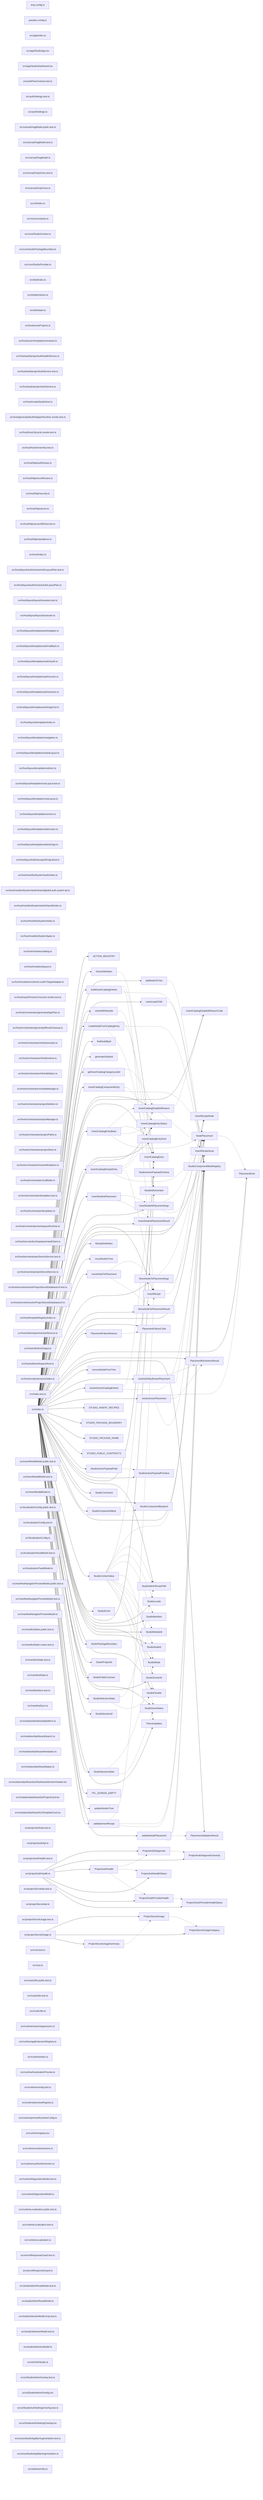
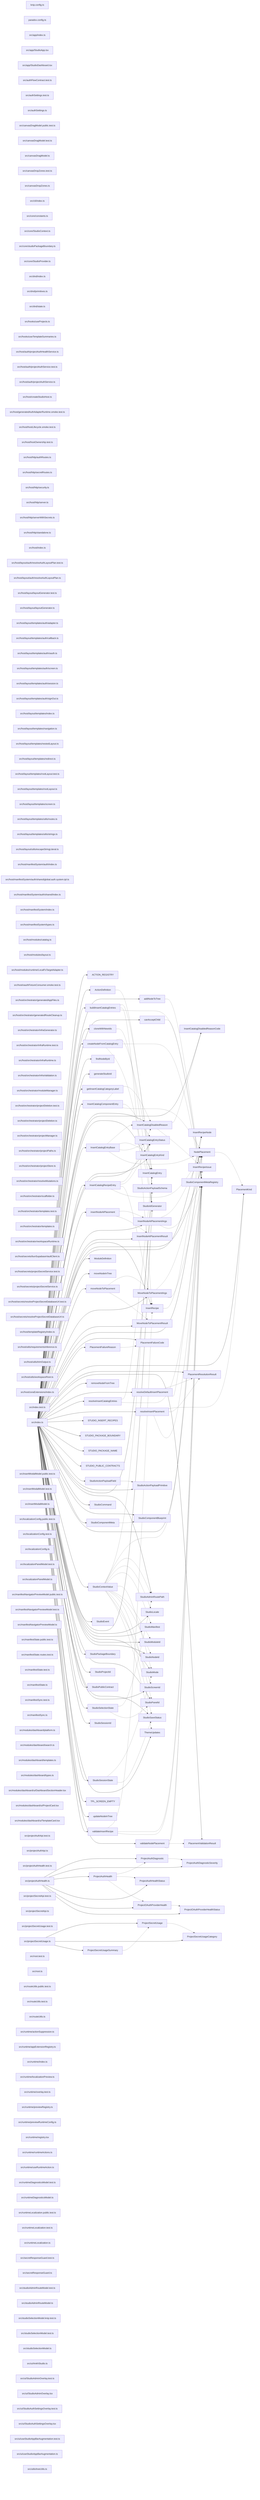
graph LR
  module_knip_config_ts["knip.config.ts"]
  module_paradox_config_ts["paradox.config.ts"]
  module_src_app_index_ts["src/app/index.ts"]
  module_src_app_StudioApp_tsx["src/app/StudioApp.tsx"]
  module_src_app_StudioDashboard_tsx["src/app/StudioDashboard.tsx"]
  module_src_authFlowContract_test_ts["src/authFlowContract.test.ts"]
  module_src_authSettings_test_ts["src/authSettings.test.ts"]
  module_src_authSettings_ts["src/authSettings.ts"]
  module_src_canvasDragModel_public_test_ts["src/canvasDragModel.public.test.ts"]
  module_src_canvasDragModel_test_ts["src/canvasDragModel.test.ts"]
  module_src_canvasDragModel_ts["src/canvasDragModel.ts"]
  module_src_canvasDropZones_test_ts["src/canvasDropZones.test.ts"]
  module_src_canvasDropZones_ts["src/canvasDropZones.ts"]
  module_src_cli_index_ts["src/cli/index.ts"]
  module_src_core_constants_ts["src/core/constants.ts"]
  module_src_core_StudioContext_ts["src/core/StudioContext.ts"]
  module_src_core_studioPackageBoundary_ts["src/core/studioPackageBoundary.ts"]
  module_src_core_StudioProvider_ts["src/core/StudioProvider.ts"]
  module_src_dnd_index_ts["src/dnd/index.ts"]
  module_src_dnd_primitives_ts["src/dnd/primitives.ts"]
  module_src_dnd_state_ts["src/dnd/state.ts"]
  module_src_hooks_useProjects_ts["src/hooks/useProjects.ts"]
  module_src_hooks_useTemplateSummaries_ts["src/hooks/useTemplateSummaries.ts"]
  module_src_host_auth_projectAuthHealthService_ts["src/host/auth/projectAuthHealthService.ts"]
  module_src_host_auth_projectAuthService_test_ts["src/host/auth/projectAuthService.test.ts"]
  module_src_host_auth_projectAuthService_ts["src/host/auth/projectAuthService.ts"]
  module_src_host_createStudioHost_ts["src/host/createStudioHost.ts"]
  module_src_host_generatedAuthAdapterRuntime_smoke_test_ts["src/host/generatedAuthAdapterRuntime.smoke.test.ts"]
  module_src_host_hostLifecycle_smoke_test_ts["src/host/hostLifecycle.smoke.test.ts"]
  module_src_host_hostOwnership_test_ts["src/host/hostOwnership.test.ts"]
  module_src_host_http_authRoutes_ts["src/host/http/authRoutes.ts"]
  module_src_host_http_secretRoutes_ts["src/host/http/secretRoutes.ts"]
  module_src_host_http_security_ts["src/host/http/security.ts"]
  module_src_host_http_server_ts["src/host/http/server.ts"]
  module_src_host_http_serverWithSecrets_ts["src/host/http/serverWithSecrets.ts"]
  module_src_host_http_standalone_ts["src/host/http/standalone.ts"]
  module_src_host_index_ts["src/host/index.ts"]
  module_src_host_layout_auth_resolveAuthLayoutPlan_test_ts["src/host/layout/auth/resolveAuthLayoutPlan.test.ts"]
  module_src_host_layout_auth_resolveAuthLayoutPlan_ts["src/host/layout/auth/resolveAuthLayoutPlan.ts"]
  module_src_host_layout_layoutGenerator_test_ts["src/host/layout/layoutGenerator.test.ts"]
  module_src_host_layout_layoutGenerator_ts["src/host/layout/layoutGenerator.ts"]
  module_src_host_layout_templates_auth_adapter_ts["src/host/layout/templates/auth/adapter.ts"]
  module_src_host_layout_templates_auth_callback_ts["src/host/layout/templates/auth/callback.ts"]
  module_src_host_layout_templates_auth_oauth_ts["src/host/layout/templates/auth/oauth.ts"]
  module_src_host_layout_templates_auth_screen_ts["src/host/layout/templates/auth/screen.ts"]
  module_src_host_layout_templates_auth_session_ts["src/host/layout/templates/auth/session.ts"]
  module_src_host_layout_templates_auth_signOut_ts["src/host/layout/templates/auth/signOut.ts"]
  module_src_host_layout_templates_index_ts["src/host/layout/templates/index.ts"]
  module_src_host_layout_templates_navigation_ts["src/host/layout/templates/navigation.ts"]
  module_src_host_layout_templates_nestedLayout_ts["src/host/layout/templates/nestedLayout.ts"]
  module_src_host_layout_templates_redirect_ts["src/host/layout/templates/redirect.ts"]
  module_src_host_layout_templates_rootLayout_test_ts["src/host/layout/templates/rootLayout.test.ts"]
  module_src_host_layout_templates_rootLayout_ts["src/host/layout/templates/rootLayout.ts"]
  module_src_host_layout_templates_screen_ts["src/host/layout/templates/screen.ts"]
  module_src_host_layout_templates_utils_routes_ts["src/host/layout/templates/utils/routes.ts"]
  module_src_host_layout_templates_utils_strings_ts["src/host/layout/templates/utils/strings.ts"]
  module_src_host_layout_utils_escapeStringLiteral_ts["src/host/layout/utils/escapeStringLiteral.ts"]
  module_src_host_manifestSystem_auth_index_ts["src/host/manifestSystem/auth/index.ts"]
  module_src_host_manifestSystem_auth_shared_global_auth_system_tpl_ts["src/host/manifestSystem/auth/shared/global.auth.system.tpl.ts"]
  module_src_host_manifestSystem_auth_shared_index_ts["src/host/manifestSystem/auth/shared/index.ts"]
  module_src_host_manifestSystem_index_ts["src/host/manifestSystem/index.ts"]
  module_src_host_manifestSystem_types_ts["src/host/manifestSystem/types.ts"]
  module_src_host_modules_catalog_ts["src/host/modules/catalog.ts"]
  module_src_host_modules_layout_ts["src/host/modules/layout.ts"]
  module_src_host_modules_runtime_LocalFsTargetAdapter_ts["src/host/modules/runtime/LocalFsTargetAdapter.ts"]
  module_src_host_oauthFixtureConsumer_smoke_test_ts["src/host/oauthFixtureConsumer.smoke.test.ts"]
  module_src_host_orchestrator_generatedAppFiles_ts["src/host/orchestrator/generatedAppFiles.ts"]
  module_src_host_orchestrator_generatedRouteCleanup_ts["src/host/orchestrator/generatedRouteCleanup.ts"]
  module_src_host_orchestrator_infraGenerator_ts["src/host/orchestrator/infraGenerator.ts"]
+   module_src_host_orchestrator_infraRuntime_test_ts["src/host/orchestrator/infraRuntime.test.ts"]
  module_src_host_orchestrator_infraRuntime_ts["src/host/orchestrator/infraRuntime.ts"]
  module_src_host_orchestrator_infraValidation_ts["src/host/orchestrator/infraValidation.ts"]
  module_src_host_orchestrator_moduleManager_ts["src/host/orchestrator/moduleManager.ts"]
+   module_src_host_orchestrator_projectDeletion_test_ts["src/host/orchestrator/projectDeletion.test.ts"]
  module_src_host_orchestrator_projectDeletion_ts["src/host/orchestrator/projectDeletion.ts"]
  module_src_host_orchestrator_projectManager_ts["src/host/orchestrator/projectManager.ts"]
  module_src_host_orchestrator_projectPaths_ts["src/host/orchestrator/projectPaths.ts"]
  module_src_host_orchestrator_projectStore_ts["src/host/orchestrator/projectStore.ts"]
  module_src_host_orchestrator_resolveMutations_ts["src/host/orchestrator/resolveMutations.ts"]
  module_src_host_orchestrator_scaffolder_ts["src/host/orchestrator/scaffolder.ts"]
  module_src_host_orchestrator_templates_test_ts["src/host/orchestrator/templates.test.ts"]
  module_src_host_orchestrator_templates_ts["src/host/orchestrator/templates.ts"]
  module_src_host_orchestrator_workspaceRuntime_ts["src/host/orchestrator/workspaceRuntime.ts"]
  module_src_host_secrets_bunSupabaseVaultClient_ts["src/host/secrets/bunSupabaseVaultClient.ts"]
  module_src_host_secrets_projectSecretService_test_ts["src/host/secrets/projectSecretService.test.ts"]
  module_src_host_secrets_projectSecretService_ts["src/host/secrets/projectSecretService.ts"]
  module_src_host_secrets_resolveProjectSecretDatabaseUrl_test_ts["src/host/secrets/resolveProjectSecretDatabaseUrl.test.ts"]
  module_src_host_secrets_resolveProjectSecretDatabaseUrl_ts["src/host/secrets/resolveProjectSecretDatabaseUrl.ts"]
  module_src_host_templateRegistry_index_ts["src/host/templateRegistry/index.ts"]
  module_src_host_utils_requirementsInference_ts["src/host/utils/requirementsInference.ts"]
  module_src_host_utils_trimOutput_ts["src/host/utils/trimOutput.ts"]
  module_src_host_utils_workspaceRoot_ts["src/host/utils/workspaceRoot.ts"]
  module_src_host_zoraExtensions_index_ts["src/host/zoraExtensions/index.ts"]
  module_src_index_test_ts["src/index.test.ts"]
  module_src_index_ts["src/index.ts"]
  module_src_insertModalModel_public_test_ts["src/insertModalModel.public.test.ts"]
  module_src_insertModalModel_test_ts["src/insertModalModel.test.ts"]
  module_src_insertModalModel_ts["src/insertModalModel.ts"]
  module_src_localizationConfig_public_test_ts["src/localizationConfig.public.test.ts"]
  module_src_localizationConfig_test_ts["src/localizationConfig.test.ts"]
  module_src_localizationConfig_ts["src/localizationConfig.ts"]
  module_src_localizationPanelModel_test_ts["src/localizationPanelModel.test.ts"]
  module_src_localizationPanelModel_ts["src/localizationPanelModel.ts"]
  module_src_manifestNavigatorPreviewModel_public_test_ts["src/manifestNavigatorPreviewModel.public.test.ts"]
  module_src_manifestNavigatorPreviewModel_test_ts["src/manifestNavigatorPreviewModel.test.ts"]
  module_src_manifestNavigatorPreviewModel_ts["src/manifestNavigatorPreviewModel.ts"]
  module_src_manifestState_public_test_ts["src/manifestState.public.test.ts"]
  module_src_manifestState_routes_test_ts["src/manifestState.routes.test.ts"]
  module_src_manifestState_test_ts["src/manifestState.test.ts"]
  module_src_manifestState_ts["src/manifestState.ts"]
  module_src_manifestSync_test_ts["src/manifestSync.test.ts"]
  module_src_manifestSync_ts["src/manifestSync.ts"]
  module_src_modules_dashboard_platform_ts["src/modules/dashboard/platform.ts"]
  module_src_modules_dashboard_search_ts["src/modules/dashboard/search.ts"]
  module_src_modules_dashboard_templates_ts["src/modules/dashboard/templates.ts"]
  module_src_modules_dashboard_types_ts["src/modules/dashboard/types.ts"]
  module_src_modules_dashboard_ui_DashboardSectionHeader_tsx["src/modules/dashboard/ui/DashboardSectionHeader.tsx"]
  module_src_modules_dashboard_ui_ProjectCard_tsx["src/modules/dashboard/ui/ProjectCard.tsx"]
  module_src_modules_dashboard_ui_TemplateCard_tsx["src/modules/dashboard/ui/TemplateCard.tsx"]
  module_src_projectAuthApi_test_ts["src/projectAuthApi.test.ts"]
  module_src_projectAuthApi_ts["src/projectAuthApi.ts"]
  module_src_projectAuthHealth_test_ts["src/projectAuthHealth.test.ts"]
  module_src_projectAuthHealth_ts["src/projectAuthHealth.ts"]
  module_src_projectSecretApi_test_ts["src/projectSecretApi.test.ts"]
  module_src_projectSecretApi_ts["src/projectSecretApi.ts"]
  module_src_projectSecretUsage_test_ts["src/projectSecretUsage.test.ts"]
  module_src_projectSecretUsage_ts["src/projectSecretUsage.ts"]
  module_src_root_test_ts["src/root.test.ts"]
  module_src_root_ts["src/root.ts"]
  module_src_routeUtils_public_test_ts["src/routeUtils.public.test.ts"]
  module_src_routeUtils_test_ts["src/routeUtils.test.ts"]
  module_src_routeUtils_ts["src/routeUtils.ts"]
  module_src_runtime_actionSuppression_ts["src/runtime/actionSuppression.ts"]
  module_src_runtime_appExtensionRegistry_ts["src/runtime/appExtensionRegistry.ts"]
  module_src_runtime_index_ts["src/runtime/index.ts"]
  module_src_runtime_localizationPreview_ts["src/runtime/localizationPreview.ts"]
  module_src_runtime_overlay_test_ts["src/runtime/overlay.test.ts"]
  module_src_runtime_previewRegistry_ts["src/runtime/previewRegistry.ts"]
  module_src_runtime_previewRuntimeConfig_ts["src/runtime/previewRuntimeConfig.ts"]
  module_src_runtime_registry_tsx["src/runtime/registry.tsx"]
  module_src_runtime_runtimeActions_ts["src/runtime/runtimeActions.ts"]
  module_src_runtime_useRuntimeAction_ts["src/runtime/useRuntimeAction.ts"]
  module_src_runtimeDiagnosticsModel_test_ts["src/runtimeDiagnosticsModel.test.ts"]
  module_src_runtimeDiagnosticsModel_ts["src/runtimeDiagnosticsModel.ts"]
  module_src_runtimeLocalization_public_test_ts["src/runtimeLocalization.public.test.ts"]
  module_src_runtimeLocalization_test_ts["src/runtimeLocalization.test.ts"]
  module_src_runtimeLocalization_ts["src/runtimeLocalization.ts"]
  module_src_secretResponseGuard_test_ts["src/secretResponseGuard.test.ts"]
  module_src_secretResponseGuard_ts["src/secretResponseGuard.ts"]
  module_src_studioAdminRouteModel_test_ts["src/studioAdminRouteModel.test.ts"]
  module_src_studioAdminRouteModel_ts["src/studioAdminRouteModel.ts"]
  module_src_studioSelectionModel_knip_test_ts["src/studioSelectionModel.knip.test.ts"]
  module_src_studioSelectionModel_test_ts["src/studioSelectionModel.test.ts"]
  module_src_studioSelectionModel_ts["src/studioSelectionModel.ts"]
  module_src_ui_AnkhStudio_ts["src/ui/AnkhStudio.ts"]
  module_src_ui_StudioAdminOverlay_test_ts["src/ui/StudioAdminOverlay.test.ts"]
  module_src_ui_StudioAdminOverlay_tsx["src/ui/StudioAdminOverlay.tsx"]
  module_src_ui_StudioAuthSettingsOverlay_test_ts["src/ui/StudioAuthSettingsOverlay.test.ts"]
  module_src_ui_StudioAuthSettingsOverlay_tsx["src/ui/StudioAuthSettingsOverlay.tsx"]
  module_src_ui_useStudioAppBarAugmentation_test_ts["src/ui/useStudioAppBarAugmentation.test.ts"]
  module_src_ui_useStudioAppBarAugmentation_ts["src/ui/useStudioAppBarAugmentation.ts"]
  module_src_utils_treeUtils_ts["src/utils/treeUtils.ts"]
  export_ACTION_REGISTRY["ACTION_REGISTRY"]
  module_src_index_ts --> export_ACTION_REGISTRY
  export_ActionDefinition["ActionDefinition"]
  module_src_index_ts --> export_ActionDefinition
  export_ActionDefinition -.-> export_StudioActionPayloadSchema
  export_addNodeToTree["addNodeToTree"]
  module_src_index_ts --> export_addNodeToTree
  export_addNodeToTree -.-> export_StudioComponentMetaRegistry
  export_buildInsertCatalogEntries["buildInsertCatalogEntries"]
  module_src_index_ts --> export_buildInsertCatalogEntries
  export_buildInsertCatalogEntries -.-> export_InsertCatalogEntry
  export_buildInsertCatalogEntries -.-> export_InsertRecipe
  export_buildInsertCatalogEntries -.-> export_StudioComponentMetaRegistry
  export_canAcceptChild["canAcceptChild"]
  module_src_index_ts --> export_canAcceptChild
  export_canAcceptChild -.-> export_StudioComponentMetaRegistry
  export_cloneWithNewIds["cloneWithNewIds"]
  module_src_index_ts --> export_cloneWithNewIds
  export_cloneWithNewIds -.-> export_StudioIdGenerator
  export_createNodeFromCatalogEntry["createNodeFromCatalogEntry"]
  module_src_index_ts --> export_createNodeFromCatalogEntry
  export_createNodeFromCatalogEntry -.-> export_InsertCatalogEntry
  export_createNodeFromCatalogEntry -.-> export_StudioComponentMetaRegistry
  export_createNodeFromCatalogEntry -.-> export_StudioIdGenerator
  export_findNodeById["findNodeById"]
  module_src_index_ts --> export_findNodeById
  export_generateStudioId["generateStudioId"]
  module_src_index_ts --> export_generateStudioId
  export_getInsertCatalogCategoryLabel["getInsertCatalogCategoryLabel"]
  module_src_index_ts --> export_getInsertCatalogCategoryLabel
  export_InsertCatalogComponentEntry["InsertCatalogComponentEntry"]
  module_src_index_ts --> export_InsertCatalogComponentEntry
  export_InsertCatalogComponentEntry -.-> export_InsertCatalogDisabledReason
  export_InsertCatalogComponentEntry -.-> export_InsertCatalogEntryStatus
  export_InsertCatalogComponentEntry -.-> export_NodePlacement
  export_InsertCatalogDisabledReason["InsertCatalogDisabledReason"]
  module_src_index_ts --> export_InsertCatalogDisabledReason
  export_InsertCatalogDisabledReason -.-> export_InsertCatalogDisabledReasonCode
  export_InsertCatalogDisabledReason -.-> export_InsertRecipeIssue
  export_InsertCatalogDisabledReasonCode["InsertCatalogDisabledReasonCode"]
  module_src_index_ts --> export_InsertCatalogDisabledReasonCode
  export_InsertCatalogEntry["InsertCatalogEntry"]
  module_src_index_ts --> export_InsertCatalogEntry
  export_InsertCatalogEntryBase["InsertCatalogEntryBase"]
  module_src_index_ts --> export_InsertCatalogEntryBase
  export_InsertCatalogEntryBase -.-> export_InsertCatalogDisabledReason
  export_InsertCatalogEntryBase -.-> export_InsertCatalogEntryKind
  export_InsertCatalogEntryBase -.-> export_InsertCatalogEntryStatus
  export_InsertCatalogEntryBase -.-> export_NodePlacement
  export_InsertCatalogEntryKind["InsertCatalogEntryKind"]
  module_src_index_ts --> export_InsertCatalogEntryKind
  export_InsertCatalogEntryStatus["InsertCatalogEntryStatus"]
  module_src_index_ts --> export_InsertCatalogEntryStatus
  export_InsertCatalogRecipeEntry["InsertCatalogRecipeEntry"]
  module_src_index_ts --> export_InsertCatalogRecipeEntry
  export_InsertCatalogRecipeEntry -.-> export_InsertCatalogDisabledReason
  export_InsertCatalogRecipeEntry -.-> export_InsertCatalogEntryStatus
  export_InsertCatalogRecipeEntry -.-> export_InsertRecipe
  export_InsertCatalogRecipeEntry -.-> export_NodePlacement
  export_insertNodeAtPlacement["insertNodeAtPlacement"]
  module_src_index_ts --> export_insertNodeAtPlacement
  export_insertNodeAtPlacement -.-> export_InsertNodeAtPlacementArgs
  export_insertNodeAtPlacement -.-> export_InsertNodeAtPlacementResult
  export_InsertNodeAtPlacementArgs["InsertNodeAtPlacementArgs"]
  module_src_index_ts --> export_InsertNodeAtPlacementArgs
  export_InsertNodeAtPlacementArgs -.-> export_NodePlacement
  export_InsertNodeAtPlacementArgs -.-> export_StudioComponentMetaRegistry
  export_InsertNodeAtPlacementResult["InsertNodeAtPlacementResult"]
  module_src_index_ts --> export_InsertNodeAtPlacementResult
  export_InsertRecipe["InsertRecipe"]
  module_src_index_ts --> export_InsertRecipe
  export_InsertRecipe -.-> export_InsertRecipeNode
  export_InsertRecipeIssue["InsertRecipeIssue"]
  module_src_index_ts --> export_InsertRecipeIssue
  export_InsertRecipeNode["InsertRecipeNode"]
  module_src_index_ts --> export_InsertRecipeNode
  export_ModuleDefinition["ModuleDefinition"]
  module_src_index_ts --> export_ModuleDefinition
  export_moveNodeInTree["moveNodeInTree"]
  module_src_index_ts --> export_moveNodeInTree
  export_moveNodeToPlacement["moveNodeToPlacement"]
  module_src_index_ts --> export_moveNodeToPlacement
  export_moveNodeToPlacement -.-> export_MoveNodeToPlacementArgs
  export_moveNodeToPlacement -.-> export_MoveNodeToPlacementResult
  export_MoveNodeToPlacementArgs["MoveNodeToPlacementArgs"]
  module_src_index_ts --> export_MoveNodeToPlacementArgs
  export_MoveNodeToPlacementArgs -.-> export_NodePlacement
  export_MoveNodeToPlacementArgs -.-> export_StudioComponentMetaRegistry
  export_MoveNodeToPlacementResult["MoveNodeToPlacementResult"]
  module_src_index_ts --> export_MoveNodeToPlacementResult
  export_NodePlacement["NodePlacement"]
  module_src_index_ts --> export_NodePlacement
  export_NodePlacement -.-> export_PlacementKind
  export_PlacementFailureCode["PlacementFailureCode"]
  module_src_index_ts --> export_PlacementFailureCode
  export_PlacementFailureReason["PlacementFailureReason"]
  module_src_index_ts --> export_PlacementFailureReason
  export_PlacementFailureReason -.-> export_PlacementFailureCode
  export_PlacementKind["PlacementKind"]
  module_src_index_ts --> export_PlacementKind
  export_PlacementResolutionResult["PlacementResolutionResult"]
  module_src_index_ts --> export_PlacementResolutionResult
  export_PlacementValidationResult["PlacementValidationResult"]
  module_src_index_ts --> export_PlacementValidationResult
  export_ProjectAuthDiagnostic["ProjectAuthDiagnostic"]
  module_src_projectAuthHealth_ts --> export_ProjectAuthDiagnostic
  export_ProjectAuthDiagnostic -.-> export_ProjectAuthDiagnosticSeverity
  export_ProjectAuthDiagnosticSeverity["ProjectAuthDiagnosticSeverity"]
  module_src_projectAuthHealth_ts --> export_ProjectAuthDiagnosticSeverity
  export_ProjectAuthHealth["ProjectAuthHealth"]
  module_src_projectAuthHealth_ts --> export_ProjectAuthHealth
  export_ProjectAuthHealth -.-> export_ProjectAuthDiagnostic
  export_ProjectAuthHealth -.-> export_ProjectAuthHealthStatus
  export_ProjectAuthHealth -.-> export_ProjectOAuthProviderHealth
  export_ProjectAuthHealthStatus["ProjectAuthHealthStatus"]
  module_src_projectAuthHealth_ts --> export_ProjectAuthHealthStatus
  export_ProjectOAuthProviderHealth["ProjectOAuthProviderHealth"]
  module_src_projectAuthHealth_ts --> export_ProjectOAuthProviderHealth
  export_ProjectOAuthProviderHealth -.-> export_ProjectOAuthProviderHealthStatus
  export_ProjectOAuthProviderHealthStatus["ProjectOAuthProviderHealthStatus"]
  module_src_projectAuthHealth_ts --> export_ProjectOAuthProviderHealthStatus
  export_ProjectSecretUsage["ProjectSecretUsage"]
  module_src_projectSecretUsage_ts --> export_ProjectSecretUsage
  export_ProjectSecretUsage -.-> export_ProjectSecretUsageCategory
  export_ProjectSecretUsageCategory["ProjectSecretUsageCategory"]
  module_src_projectSecretUsage_ts --> export_ProjectSecretUsageCategory
  export_ProjectSecretUsageSummary["ProjectSecretUsageSummary"]
  module_src_projectSecretUsage_ts --> export_ProjectSecretUsageSummary
  export_ProjectSecretUsageSummary -.-> export_ProjectSecretUsage
  export_removeNodeFromTree["removeNodeFromTree"]
  module_src_index_ts --> export_removeNodeFromTree
  export_resolveDefaultInsertPlacement["resolveDefaultInsertPlacement"]
  module_src_index_ts --> export_resolveDefaultInsertPlacement
  export_resolveDefaultInsertPlacement -.-> export_PlacementResolutionResult
  export_resolveDefaultInsertPlacement -.-> export_StudioComponentMetaRegistry
  export_resolveInsertCatalogEntries["resolveInsertCatalogEntries"]
  module_src_index_ts --> export_resolveInsertCatalogEntries
  export_resolveInsertCatalogEntries -.-> export_InsertCatalogEntry
  export_resolveInsertCatalogEntries -.-> export_StudioComponentMetaRegistry
  export_resolveInsertPlacement["resolveInsertPlacement"]
  module_src_index_ts --> export_resolveInsertPlacement
  export_resolveInsertPlacement -.-> export_PlacementKind
  export_resolveInsertPlacement -.-> export_PlacementResolutionResult
  export_resolveInsertPlacement -.-> export_StudioComponentMetaRegistry
  export_STUDIO_INSERT_RECIPES["STUDIO_INSERT_RECIPES"]
  module_src_index_ts --> export_STUDIO_INSERT_RECIPES
  export_STUDIO_PACKAGE_BOUNDARY["STUDIO_PACKAGE_BOUNDARY"]
  module_src_index_ts --> export_STUDIO_PACKAGE_BOUNDARY
  export_STUDIO_PACKAGE_NAME["STUDIO_PACKAGE_NAME"]
  module_src_index_ts --> export_STUDIO_PACKAGE_NAME
  export_STUDIO_PUBLIC_CONTRACTS["STUDIO_PUBLIC_CONTRACTS"]
  module_src_index_ts --> export_STUDIO_PUBLIC_CONTRACTS
  export_StudioActionPayloadField["StudioActionPayloadField"]
  module_src_index_ts --> export_StudioActionPayloadField
  export_StudioActionPayloadField -.-> export_StudioActionPayloadPrimitive
  export_StudioActionPayloadPrimitive["StudioActionPayloadPrimitive"]
  module_src_index_ts --> export_StudioActionPayloadPrimitive
  export_StudioActionPayloadSchema["StudioActionPayloadSchema"]
  module_src_index_ts --> export_StudioActionPayloadSchema
  export_StudioAdminRoutePath["StudioAdminRoutePath"]
  module_src_index_ts --> export_StudioAdminRoutePath
  export_StudioCommand["StudioCommand"]
  module_src_index_ts --> export_StudioCommand
  export_StudioComponentBlueprint["StudioComponentBlueprint"]
  module_src_index_ts --> export_StudioComponentBlueprint
  export_StudioComponentMeta["StudioComponentMeta"]
  module_src_index_ts --> export_StudioComponentMeta
  export_StudioComponentMeta -.-> export_StudioComponentBlueprint
  export_StudioComponentMetaRegistry["StudioComponentMetaRegistry"]
  module_src_index_ts --> export_StudioComponentMetaRegistry
  export_StudioContextValue["StudioContextValue"]
  module_src_index_ts --> export_StudioContextValue
  export_StudioContextValue -.-> export_InsertCatalogEntry
  export_StudioContextValue -.-> export_NodePlacement
  export_StudioContextValue -.-> export_StudioAdminRoutePath
  export_StudioContextValue -.-> export_StudioLocale
  export_StudioContextValue -.-> export_StudioManifest
  export_StudioContextValue -.-> export_StudioMode
  export_StudioContextValue -.-> export_StudioModuleId
  export_StudioContextValue -.-> export_StudioNodeId
  export_StudioContextValue -.-> export_StudioPanelId
  export_StudioContextValue -.-> export_StudioSaveStatus
  export_StudioContextValue -.-> export_StudioScreenId
  export_StudioContextValue -.-> export_ThemeUpdates
  export_StudioEvent["StudioEvent"]
  module_src_index_ts --> export_StudioEvent
  export_StudioIdGenerator["StudioIdGenerator"]
  module_src_index_ts --> export_StudioIdGenerator
  export_StudioLocale["StudioLocale"]
  module_src_index_ts --> export_StudioLocale
  export_StudioManifest["StudioManifest"]
  module_src_index_ts --> export_StudioManifest
  export_StudioMode["StudioMode"]
  module_src_index_ts --> export_StudioMode
  export_StudioModuleId["StudioModuleId"]
  module_src_index_ts --> export_StudioModuleId
  export_StudioNodeId["StudioNodeId"]
  module_src_index_ts --> export_StudioNodeId
  export_StudioPackageBoundary["StudioPackageBoundary"]
  module_src_index_ts --> export_StudioPackageBoundary
  export_StudioPanelId["StudioPanelId"]
  module_src_index_ts --> export_StudioPanelId
  export_StudioProjectId["StudioProjectId"]
  module_src_index_ts --> export_StudioProjectId
  export_StudioPublicContract["StudioPublicContract"]
  module_src_index_ts --> export_StudioPublicContract
  export_StudioSaveStatus["StudioSaveStatus"]
  module_src_index_ts --> export_StudioSaveStatus
  export_StudioScreenId["StudioScreenId"]
  module_src_index_ts --> export_StudioScreenId
  export_StudioSelectionState["StudioSelectionState"]
  module_src_index_ts --> export_StudioSelectionState
  export_StudioSelectionState -.-> export_StudioAdminRoutePath
  export_StudioSelectionState -.-> export_StudioPanelId
  export_StudioSessionId["StudioSessionId"]
  module_src_index_ts --> export_StudioSessionId
  export_StudioSessionState["StudioSessionState"]
  module_src_index_ts --> export_StudioSessionState
  export_StudioSessionState -.-> export_StudioMode
  export_StudioSessionState -.-> export_StudioSaveStatus
  export_ThemeUpdates["ThemeUpdates"]
  module_src_index_ts --> export_ThemeUpdates
  export_TPL_SCREEN_EMPTY["TPL_SCREEN_EMPTY"]
  module_src_index_ts --> export_TPL_SCREEN_EMPTY
  export_updateNodeInTree["updateNodeInTree"]
  module_src_index_ts --> export_updateNodeInTree
  export_validateInsertRecipe["validateInsertRecipe"]
  module_src_index_ts --> export_validateInsertRecipe
  export_validateInsertRecipe -.-> export_InsertRecipe
  export_validateInsertRecipe -.-> export_InsertRecipeIssue
  export_validateInsertRecipe -.-> export_StudioComponentMetaRegistry
  export_validateNodePlacement["validateNodePlacement"]
  module_src_index_ts --> export_validateNodePlacement
  export_validateNodePlacement -.-> export_NodePlacement
  export_validateNodePlacement -.-> export_PlacementValidationResult
  export_validateNodePlacement -.-> export_StudioComponentMetaRegistry
